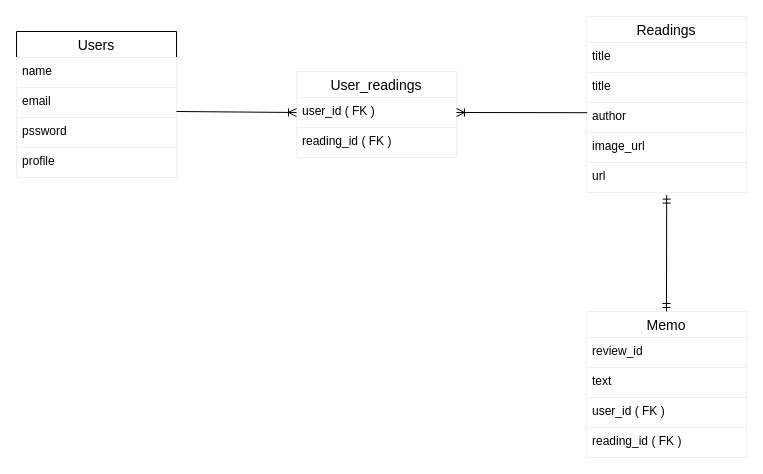
Earlier version of the draw.io diagram ERD.dio (shiori771/reed-books). Source tidied: cells renumbered, new cells numbered last; positions are measured from the earlier drawing's top-left corner, leaving out a move shared by most shapes. Both pictures are drawn from the tidied source at 100%, with x=0, y=0 at pixel (16, 16).
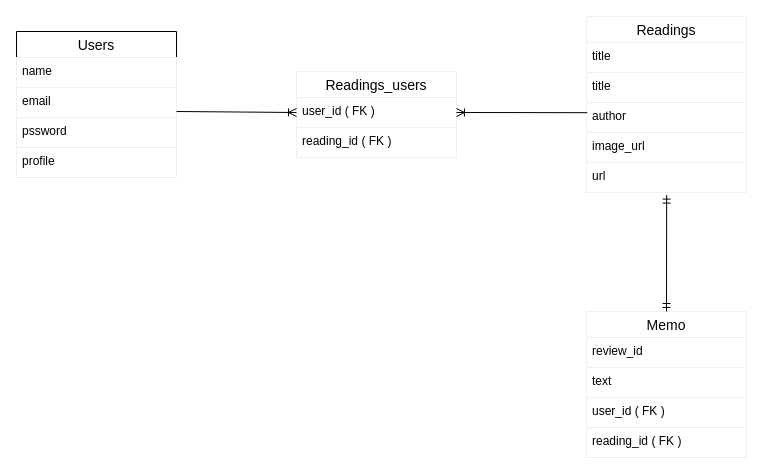
The same diagram, later.

Change to the diagram source:
```diff
@@
-    <mxCell id="13" value="User_readings" style="swimlane;fontStyle=0;horizontal=1;startSize=26;align=center;fontSize=14;strokeColor=#f0f0f0;" parent="1" vertex="1">
+    <mxCell id="13" value="Readings_users" style="swimlane;fontStyle=0;horizontal=1;startSize=26;align=center;fontSize=14;strokeColor=#f0f0f0;" parent="1" vertex="1">
       <mxGeometry x="280" y="55" width="160" height="86" as="geometry" />
     </mxCell>
```
